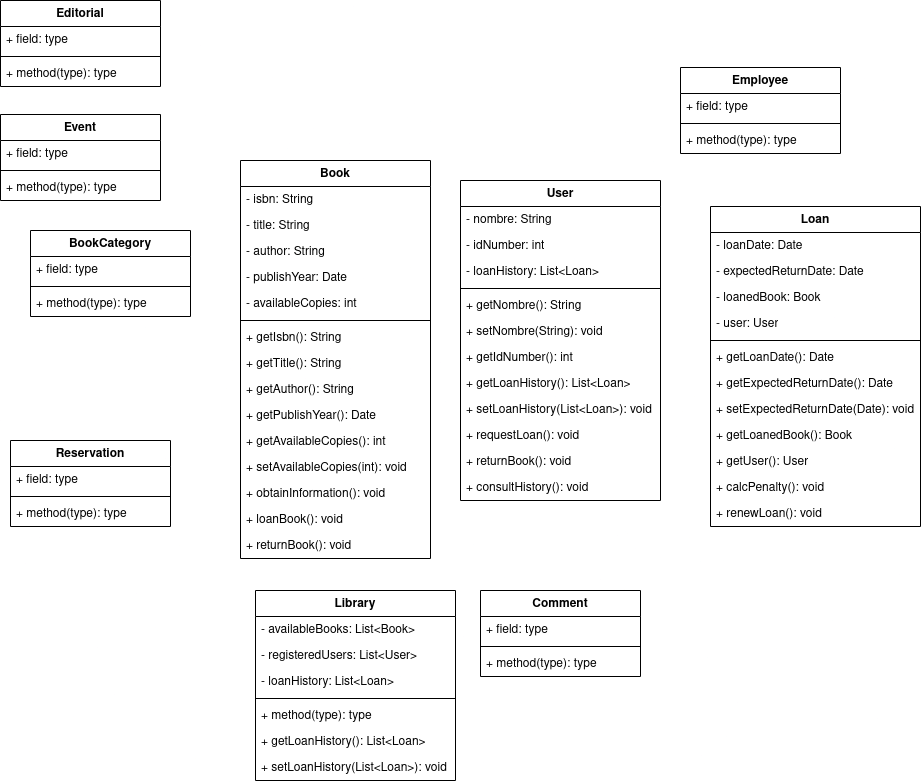
Earlier version of the draw.io export proyecto/classdiagram/classdiagramlibrary.png (mackstm/ets). Source tidied: cells renumbered, new cells last; positions are measured from the earlier drawing's top-left corner, leaving out a move shared by most shapes.
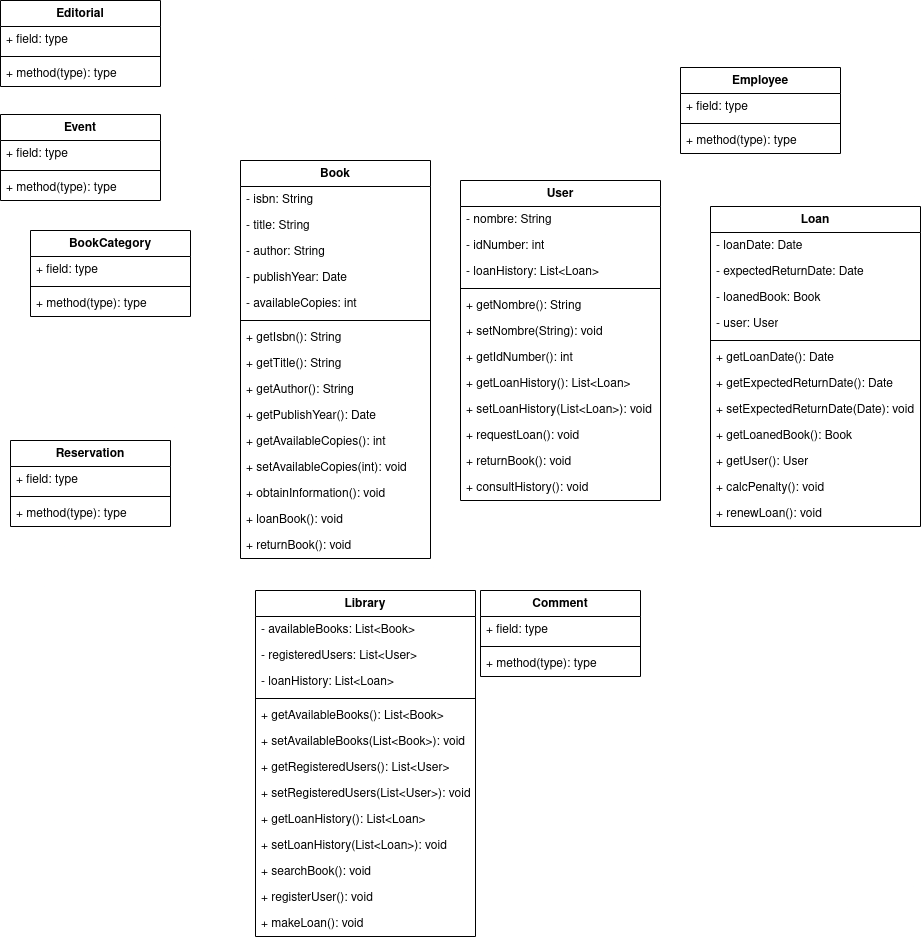
The same diagram one commit later.

Change to the diagram source:
```diff
@@ -63,29 +63,47 @@
       <mxGeometry y="60" width="160" height="26" as="geometry" />
     </mxCell>
     <mxCell id="22" value="Library" style="swimlane;fontStyle=1;align=center;verticalAlign=top;horizontal=1;startSize=26;whiteSpace=wrap;html=1;" parent="1" vertex="1">
-      <mxGeometry x="255" y="590" width="200" height="190" as="geometry" />
+      <mxGeometry x="255" y="590" width="220" height="346" as="geometry" />
     </mxCell>
     <mxCell id="23" value="- availableBooks: List&amp;lt;Book&amp;gt;" style="text;strokeColor=none;fillColor=none;align=left;verticalAlign=top;spacingLeft=4;spacingRight=4;overflow=hidden;whiteSpace=wrap;html=1;" parent="22" vertex="1">
-      <mxGeometry y="26" width="200" height="26" as="geometry" />
+      <mxGeometry y="26" width="220" height="26" as="geometry" />
     </mxCell>
     <mxCell id="24" value="- registeredUsers: List&amp;lt;User&amp;gt;" style="text;strokeColor=none;fillColor=none;align=left;verticalAlign=top;spacingLeft=4;spacingRight=4;overflow=hidden;whiteSpace=wrap;html=1;" parent="22" vertex="1">
-      <mxGeometry y="52" width="200" height="26" as="geometry" />
+      <mxGeometry y="52" width="220" height="26" as="geometry" />
     </mxCell>
     <mxCell id="25" value="- loanHistory: List&amp;lt;Loan&amp;gt;" style="text;strokeColor=none;fillColor=none;align=left;verticalAlign=top;spacingLeft=4;spacingRight=4;overflow=hidden;whiteSpace=wrap;html=1;" parent="22" vertex="1">
-      <mxGeometry y="78" width="200" height="26" as="geometry" />
+      <mxGeometry y="78" width="220" height="26" as="geometry" />
     </mxCell>
     <mxCell id="26" style="line;strokeWidth=1;fillColor=none;align=left;verticalAlign=middle;spacingTop=-1;spacingLeft=3;spacingRight=3;labelPosition=right;strokeColor=inherit;" parent="22" vertex="1">
-      <mxGeometry y="104" width="200" height="8" as="geometry" />
+      <mxGeometry y="104" width="220" height="8" as="geometry" />
     </mxCell>
-    <mxCell id="27" value="+ method(type): type" style="text;strokeColor=none;fillColor=none;align=left;verticalAlign=top;spacingLeft=4;spacingRight=4;overflow=hidden;whiteSpace=wrap;html=1;" parent="22" vertex="1">
-      <mxGeometry y="112" width="200" height="26" as="geometry" />
+    <mxCell id="27" value="+ getAvailableBooks(): List&amp;lt;Book&amp;gt;" style="text;strokeColor=none;fillColor=none;align=left;verticalAlign=top;spacingLeft=4;spacingRight=4;overflow=hidden;whiteSpace=wrap;html=1;" parent="22" vertex="1">
+      <mxGeometry y="112" width="220" height="26" as="geometry" />
     </mxCell>
+    <mxCell id="76" value="+ setAvailableBooks(List&amp;lt;Book&amp;gt;): void" style="text;strokeColor=none;fillColor=none;align=left;verticalAlign=top;spacingLeft=4;spacingRight=4;overflow=hidden;whiteSpace=wrap;html=1;" parent="22" vertex="1">
+      <mxGeometry y="138" width="220" height="26" as="geometry" />
+    </mxCell>
+    <mxCell id="77" value="+ getRegisteredUsers(): List&amp;lt;User&amp;gt;" style="text;strokeColor=none;fillColor=none;align=left;verticalAlign=top;spacingLeft=4;spacingRight=4;overflow=hidden;whiteSpace=wrap;html=1;" parent="22" vertex="1">
+      <mxGeometry y="164" width="220" height="26" as="geometry" />
+    </mxCell>
+    <mxCell id="78" value="+ setRegisteredUsers(List&amp;lt;User&amp;gt;): void" style="text;strokeColor=none;fillColor=none;align=left;verticalAlign=top;spacingLeft=4;spacingRight=4;overflow=hidden;whiteSpace=wrap;html=1;" parent="22" vertex="1">
+      <mxGeometry y="190" width="220" height="26" as="geometry" />
+    </mxCell>
     <mxCell id="28" value="+ getLoanHistory(): List&amp;lt;Loan&amp;gt;" style="text;strokeColor=none;fillColor=none;align=left;verticalAlign=top;spacingLeft=4;spacingRight=4;overflow=hidden;whiteSpace=wrap;html=1;" parent="22" vertex="1">
-      <mxGeometry y="138" width="200" height="26" as="geometry" />
+      <mxGeometry y="216" width="220" height="26" as="geometry" />
     </mxCell>
     <mxCell id="29" value="+ setLoanHistory(List&amp;lt;Loan&amp;gt;): void" style="text;strokeColor=none;fillColor=none;align=left;verticalAlign=top;spacingLeft=4;spacingRight=4;overflow=hidden;whiteSpace=wrap;html=1;" parent="22" vertex="1">
-      <mxGeometry y="164" width="200" height="26" as="geometry" />
+      <mxGeometry y="242" width="220" height="26" as="geometry" />
     </mxCell>
+    <mxCell id="79" value="+ searchBook(): void" style="text;strokeColor=none;fillColor=none;align=left;verticalAlign=top;spacingLeft=4;spacingRight=4;overflow=hidden;whiteSpace=wrap;html=1;" parent="22" vertex="1">
+      <mxGeometry y="268" width="220" height="26" as="geometry" />
+    </mxCell>
+    <mxCell id="80" value="+ registerUser(): void" style="text;strokeColor=none;fillColor=none;align=left;verticalAlign=top;spacingLeft=4;spacingRight=4;overflow=hidden;whiteSpace=wrap;html=1;" parent="22" vertex="1">
+      <mxGeometry y="294" width="220" height="26" as="geometry" />
+    </mxCell>
+    <mxCell id="81" value="+ makeLoan(): void" style="text;strokeColor=none;fillColor=none;align=left;verticalAlign=top;spacingLeft=4;spacingRight=4;overflow=hidden;whiteSpace=wrap;html=1;" parent="22" vertex="1">
+      <mxGeometry y="320" width="220" height="26" as="geometry" />
+    </mxCell>
     <mxCell id="30" value="User" style="swimlane;fontStyle=1;align=center;verticalAlign=top;horizontal=1;startSize=26;whiteSpace=wrap;html=1;" parent="1" vertex="1">
       <mxGeometry x="460" y="180" width="200" height="320" as="geometry" />
     </mxCell>
```
